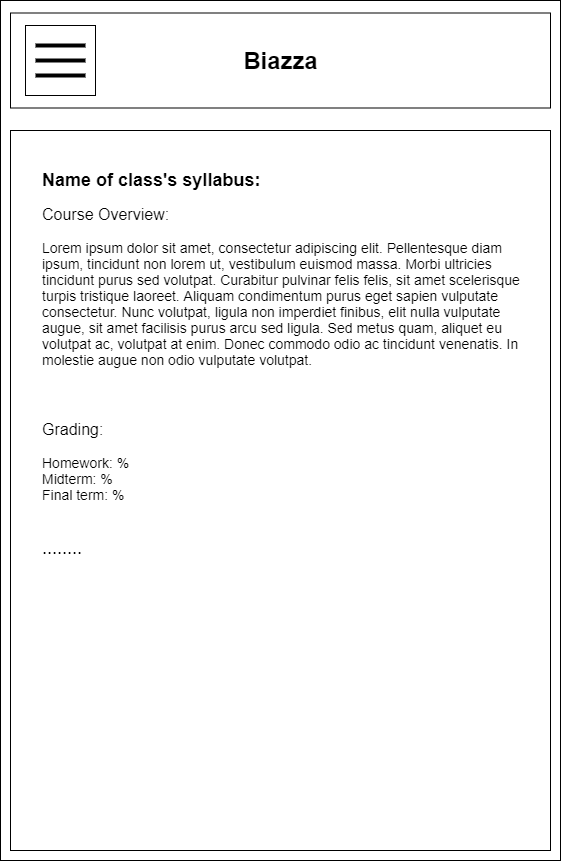
Earlier version of the draw.io export ux-design/Wireframe-Course-Syllabus.png (software-assignments-spring2021/spring-2020-basic-thunder). Source tidied: cells renumbered, new cells last; positions are measured from the earlier drawing's top-left corner, leaving out a move shared by most shapes.
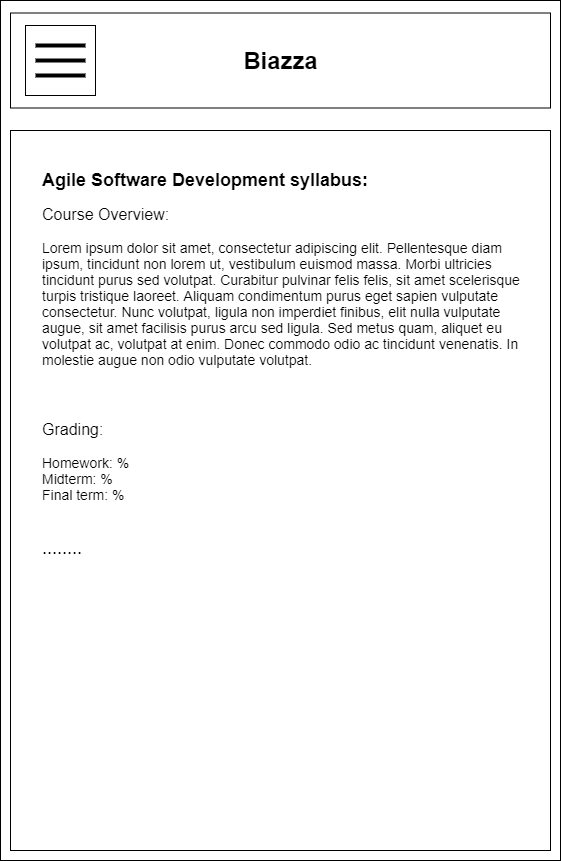
The same file after the commit.

Commit message:
Changed wireframes to include specific course names

The edit, as a diff of the source:
```diff
@@ -26,7 +26,7 @@
     <mxCell id="9" style="rounded=0;whiteSpace=wrap;html=1;" parent="1" vertex="1">
       <mxGeometry x="10" y="130" width="540" height="720" as="geometry" />
     </mxCell>
-    <mxCell id="10" value="&lt;font style=&quot;font-size: 18px&quot;&gt;&lt;b&gt;Name of class's syllabus:&lt;/b&gt;&lt;/font&gt;&lt;br&gt;&lt;br&gt;&lt;font style=&quot;font-size: 16px&quot;&gt;Course Overview:&lt;/font&gt;&lt;br&gt;&lt;span style=&quot;font-family: &amp;#34;open sans&amp;#34; , &amp;#34;arial&amp;#34; , sans-serif ; text-align: justify ; background-color: rgb(255 , 255 , 255)&quot;&gt;&lt;font style=&quot;font-size: 14px&quot;&gt;&lt;br&gt;Lorem ipsum dolor sit amet, consectetur adipiscing elit. Pellentesque diam ipsum, tincidunt non lorem ut, vestibulum euismod massa. Morbi ultricies tincidunt purus sed volutpat. Curabitur pulvinar felis felis, sit amet scelerisque turpis tristique laoreet. Aliquam condimentum purus eget sapien vulputate consectetur. Nunc volutpat, ligula non imperdiet finibus, elit nulla vulputate augue, sit amet facilisis purus arcu sed ligula. Sed metus quam, aliquet eu volutpat ac, volutpat at enim. Donec commodo odio ac tincidunt venenatis. In molestie augue non odio vulputate volutpat.&lt;br&gt;&lt;/font&gt;&lt;/span&gt;&lt;br style=&quot;font-size: 16px&quot;&gt;&lt;br style=&quot;font-size: 16px&quot;&gt;&lt;br&gt;&lt;font style=&quot;font-size: 16px&quot;&gt;Grading:&lt;br&gt;&lt;/font&gt;&lt;br style=&quot;font-size: 14px&quot;&gt;&lt;font style=&quot;font-size: 14px&quot;&gt;Homework: %&lt;br&gt;Midterm: %&lt;br&gt;Final term: %&lt;/font&gt;&lt;br&gt;&lt;br&gt;&lt;br style=&quot;font-size: 18px&quot;&gt;&lt;font style=&quot;font-size: 18px&quot;&gt;........&lt;/font&gt;&lt;br style=&quot;font-size: 18px&quot;&gt;&lt;br&gt;&lt;br&gt;&lt;div&gt;&lt;br&gt;&lt;/div&gt;&lt;div&gt;&lt;br&gt;&lt;/div&gt;&lt;div&gt;&lt;br&gt;&lt;/div&gt;&lt;div&gt;&lt;br&gt;&lt;/div&gt;&lt;div&gt;&lt;br&gt;&lt;/div&gt;&lt;div&gt;&lt;br&gt;&lt;/div&gt;&lt;div&gt;&lt;br&gt;&lt;/div&gt;&lt;div&gt;&lt;br&gt;&lt;/div&gt;&lt;div&gt;&lt;br&gt;&lt;/div&gt;&lt;div&gt;&lt;br&gt;&lt;/div&gt;&lt;div&gt;&lt;br&gt;&lt;/div&gt;&lt;div&gt;&lt;br&gt;&lt;/div&gt;&lt;div&gt;&lt;br&gt;&lt;/div&gt;&lt;div&gt;&lt;br&gt;&lt;/div&gt;&lt;div&gt;&lt;br&gt;&lt;/div&gt;" style="text;html=1;strokeColor=none;fillColor=none;align=left;verticalAlign=middle;whiteSpace=wrap;rounded=0;" parent="1" vertex="1">
+    <mxCell id="10" value="&lt;font style=&quot;font-size: 18px&quot;&gt;&lt;b&gt;Agile Software Development syllabus:&lt;/b&gt;&lt;/font&gt;&lt;br&gt;&lt;br&gt;&lt;font style=&quot;font-size: 16px&quot;&gt;Course Overview:&lt;/font&gt;&lt;br&gt;&lt;span style=&quot;font-family: &amp;#34;open sans&amp;#34; , &amp;#34;arial&amp;#34; , sans-serif ; text-align: justify ; background-color: rgb(255 , 255 , 255)&quot;&gt;&lt;font style=&quot;font-size: 14px&quot;&gt;&lt;br&gt;Lorem ipsum dolor sit amet, consectetur adipiscing elit. Pellentesque diam ipsum, tincidunt non lorem ut, vestibulum euismod massa. Morbi ultricies tincidunt purus sed volutpat. Curabitur pulvinar felis felis, sit amet scelerisque turpis tristique laoreet. Aliquam condimentum purus eget sapien vulputate consectetur. Nunc volutpat, ligula non imperdiet finibus, elit nulla vulputate augue, sit amet facilisis purus arcu sed ligula. Sed metus quam, aliquet eu volutpat ac, volutpat at enim. Donec commodo odio ac tincidunt venenatis. In molestie augue non odio vulputate volutpat.&lt;br&gt;&lt;/font&gt;&lt;/span&gt;&lt;br style=&quot;font-size: 16px&quot;&gt;&lt;br style=&quot;font-size: 16px&quot;&gt;&lt;br&gt;&lt;font style=&quot;font-size: 16px&quot;&gt;Grading:&lt;br&gt;&lt;/font&gt;&lt;br style=&quot;font-size: 14px&quot;&gt;&lt;font style=&quot;font-size: 14px&quot;&gt;Homework: %&lt;br&gt;Midterm: %&lt;br&gt;Final term: %&lt;/font&gt;&lt;br&gt;&lt;br&gt;&lt;br style=&quot;font-size: 18px&quot;&gt;&lt;font style=&quot;font-size: 18px&quot;&gt;........&lt;/font&gt;&lt;br style=&quot;font-size: 18px&quot;&gt;&lt;br&gt;&lt;br&gt;&lt;div&gt;&lt;br&gt;&lt;/div&gt;&lt;div&gt;&lt;br&gt;&lt;/div&gt;&lt;div&gt;&lt;br&gt;&lt;/div&gt;&lt;div&gt;&lt;br&gt;&lt;/div&gt;&lt;div&gt;&lt;br&gt;&lt;/div&gt;&lt;div&gt;&lt;br&gt;&lt;/div&gt;&lt;div&gt;&lt;br&gt;&lt;/div&gt;&lt;div&gt;&lt;br&gt;&lt;/div&gt;&lt;div&gt;&lt;br&gt;&lt;/div&gt;&lt;div&gt;&lt;br&gt;&lt;/div&gt;&lt;div&gt;&lt;br&gt;&lt;/div&gt;&lt;div&gt;&lt;br&gt;&lt;/div&gt;&lt;div&gt;&lt;br&gt;&lt;/div&gt;&lt;div&gt;&lt;br&gt;&lt;/div&gt;&lt;div&gt;&lt;br&gt;&lt;/div&gt;" style="text;html=1;strokeColor=none;fillColor=none;align=left;verticalAlign=middle;whiteSpace=wrap;rounded=0;" parent="1" vertex="1">
       <mxGeometry x="40" y="160" width="480" height="650" as="geometry" />
     </mxCell>
   </root>
```
